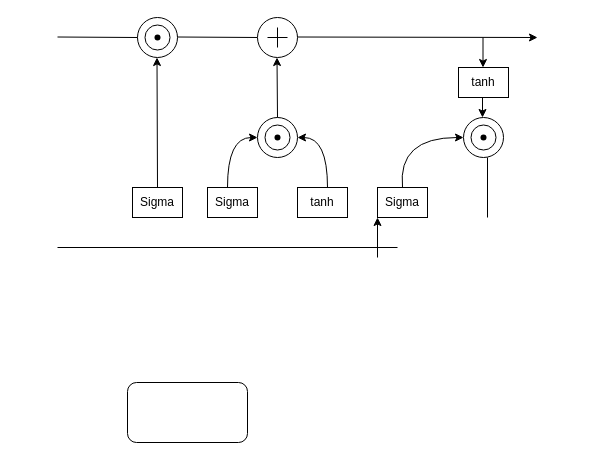
Before: lstm.drawio in hzb29/hzb29, a draw.io diagram. Source tidied: cells renumbered, new cells numbered last; positions are measured from the earlier drawing's top-left corner, leaving out a move shared by most shapes. Both pictures are drawn from the tidied source at 100%, with x=0, y=0 at pixel (57, 17).
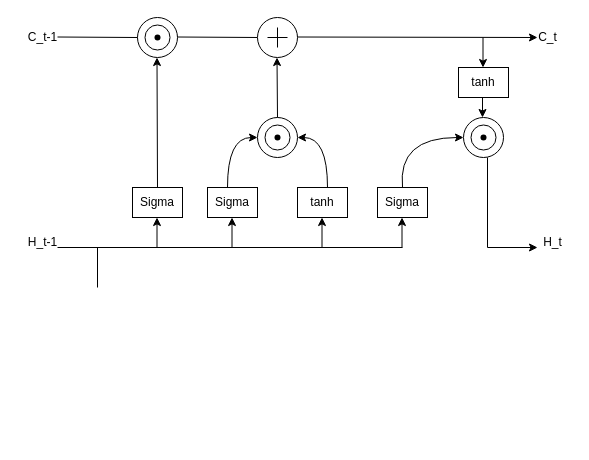
The same diagram, later.

Change to the diagram source:
```diff
@@
-    <mxCell id="14" style="rounded=1;whiteSpace=wrap;html=1;" parent="1" vertex="1">
-      <mxGeometry x="70" y="365" width="120" height="60" as="geometry" />
-    </mxCell>
@@
     <mxCell id="36" style="endArrow=none;html=1;rounded=0;" parent="1" edge="1">
       <mxGeometry relative="1" as="geometry">
-        <mxPoint x="430" y="200" as="sourcePoint" />
+        <mxPoint x="430" y="230" as="sourcePoint" />
         <mxPoint x="430" y="140" as="targetPoint" />
       </mxGeometry>
     </mxCell>
     <mxCell id="37" style="endArrow=none;html=1;rounded=0;" parent="1" edge="1">
       <mxGeometry relative="1" as="geometry">
         <mxPoint y="230" as="sourcePoint" />
-        <mxPoint x="340" y="230" as="targetPoint" />
+        <mxPoint x="345" y="230" as="targetPoint" />
       </mxGeometry>
     </mxCell>
     <mxCell id="38" style="endArrow=classic;html=1;rounded=0;" parent="1" edge="1">
       <mxGeometry relative="1" as="geometry">
-        <mxPoint x="320" y="240" as="sourcePoint" />
-        <mxPoint x="320" y="200" as="targetPoint" />
+        <mxPoint x="344.5" y="230" as="sourcePoint" />
+        <mxPoint x="344.5" y="200" as="targetPoint" />
       </mxGeometry>
     </mxCell>
+    <mxCell id="39" style="endArrow=classic;html=1;rounded=0;" parent="1" edge="1">
+      <mxGeometry relative="1" as="geometry">
+        <mxPoint x="264.5" y="230" as="sourcePoint" />
+        <mxPoint x="264.5" y="200" as="targetPoint" />
+      </mxGeometry>
+    </mxCell>
+    <mxCell id="40" style="endArrow=classic;html=1;rounded=0;" parent="1" edge="1">
+      <mxGeometry relative="1" as="geometry">
+        <mxPoint x="174.5" y="230" as="sourcePoint" />
+        <mxPoint x="174.5" y="200" as="targetPoint" />
+      </mxGeometry>
+    </mxCell>
+    <mxCell id="41" style="endArrow=classic;html=1;rounded=0;" parent="1" edge="1">
+      <mxGeometry relative="1" as="geometry">
+        <mxPoint x="99.5" y="230" as="sourcePoint" />
+        <mxPoint x="99.5" y="200" as="targetPoint" />
+      </mxGeometry>
+    </mxCell>
+    <mxCell id="42" style="endArrow=none;html=1;rounded=0;" parent="1" edge="1">
+      <mxGeometry relative="1" as="geometry">
+        <mxPoint x="40" y="270" as="sourcePoint" />
+        <mxPoint x="40" y="230" as="targetPoint" />
+      </mxGeometry>
+    </mxCell>
+    <mxCell id="43" value="C_t" style="text;html=1;align=center;verticalAlign=middle;strokeColor=none;fillColor=none;" parent="1" vertex="1">
+      <mxGeometry x="470" y="5" width="40" height="30" as="geometry" />
+    </mxCell>
+    <mxCell id="44" value="C_t-1" style="text;html=1;align=center;verticalAlign=middle;strokeColor=none;fillColor=none;" parent="1" vertex="1">
+      <mxGeometry x="-40" y="5" width="50" height="30" as="geometry" />
+    </mxCell>
+    <mxCell id="45" value="H_t-1" style="text;html=1;align=center;verticalAlign=middle;strokeColor=none;fillColor=none;" parent="1" vertex="1">
+      <mxGeometry x="-40" y="210" width="50" height="30" as="geometry" />
+    </mxCell>
+    <mxCell id="46" value="H_t" style="text;html=1;align=center;verticalAlign=middle;points=[];strokeColor=none;fillColor=none;" parent="1" vertex="1">
+      <mxGeometry x="475" y="210" width="40" height="30" as="geometry" />
+    </mxCell>
+    <mxCell id="47" style="endArrow=classic;html=1;rounded=0;entryX=0.125;entryY=0.667;entryDx=0;entryDy=0;entryPerimeter=0;" parent="1" edge="1" target="46">
+      <mxGeometry relative="1" as="geometry">
+        <mxPoint x="430" y="230" as="sourcePoint" />
+      </mxGeometry>
+    </mxCell>
```
